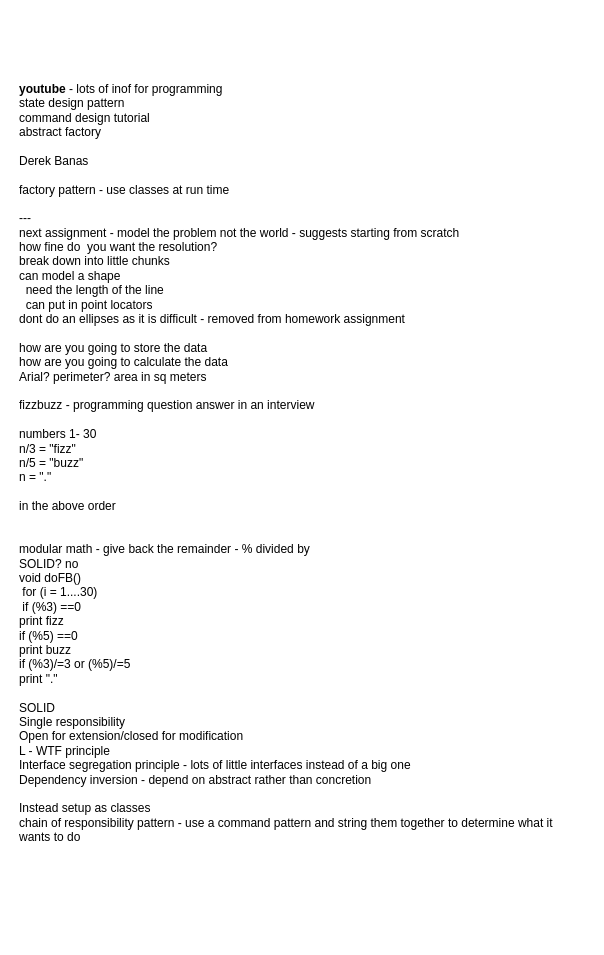
Earlier version of the draw.io diagram page "notes" (1 of 2) of 11042019 Diagram.drawio (smartijo/CISC201draw). Source tidied: cells renumbered, new cells numbered last; positions are measured from the earlier drawing's top-left corner, leaving out a move shared by most shapes. Both pictures are drawn from the tidied source at 100%, with x=0, y=0 at pixel (17, 212).
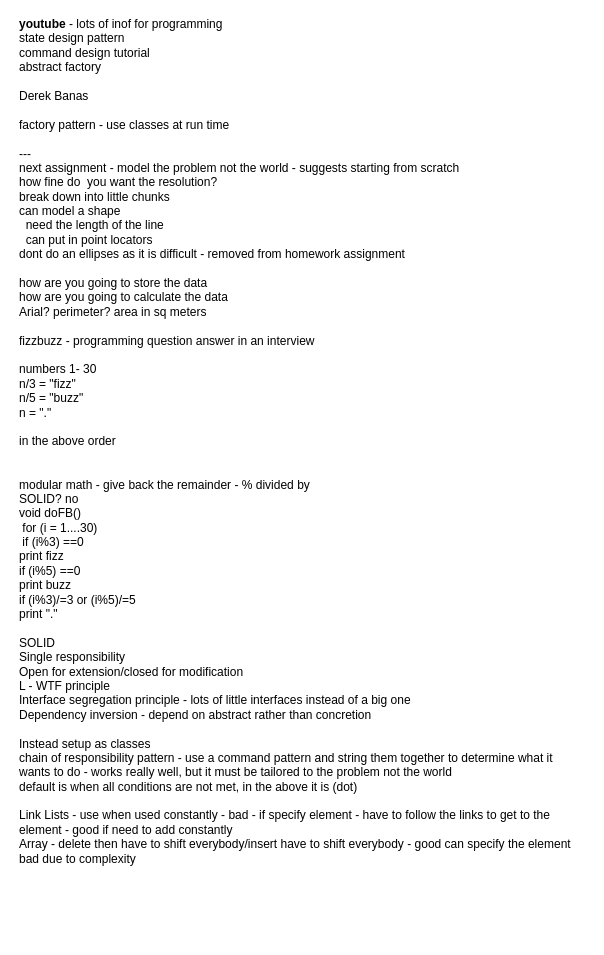
Above is the later version.

The edit, as a diff of the source:
```diff
@@
 <mxGraphModel>
   <root>
     <mxCell id="0" />
     <mxCell id="1" parent="0" />
-    <mxCell id="2" value="&lt;b&gt;youtube&lt;/b&gt; - lots of inof for programming&amp;nbsp;&lt;br&gt;state design pattern&lt;br&gt;command design tutorial&lt;br&gt;abstract factory&amp;nbsp;&lt;br&gt;&lt;br&gt;Derek Banas&lt;br&gt;&lt;br&gt;factory pattern - use classes at run time&lt;br&gt;&lt;br&gt;---&lt;br&gt;next assignment - model the problem not the world - suggests starting from scratch&lt;br&gt;how fine do&amp;nbsp; you want the resolution?&lt;br&gt;break down into little chunks&lt;br&gt;can model a shape&lt;br&gt;&amp;nbsp; need the length of the line&lt;br&gt;&amp;nbsp; can put in point locators&lt;br&gt;dont do an ellipses as it is difficult - removed from homework assignment&lt;br&gt;&lt;br&gt;how are you going to store the data&lt;br&gt;how are you going to calculate the data&lt;br&gt;Arial? perimeter? area in sq meters&lt;br&gt;&lt;br&gt;fizzbuzz - programming question answer in an interview&lt;br&gt;&lt;br&gt;numbers 1- 30&lt;br&gt;n/3 = &quot;fizz&quot;&amp;nbsp;&lt;br&gt;n/5 = &quot;buzz&quot;&lt;br&gt;n = &quot;.&quot;&lt;br&gt;&lt;br&gt;in the above order&lt;br&gt;&lt;br&gt;&lt;br&gt;modular math - give back the remainder - % divided by&lt;br&gt;SOLID? no&lt;br&gt;void doFB()&lt;br&gt;&amp;nbsp;for (i = 1....30)&lt;br&gt;&amp;nbsp;if (%3) ==0&lt;br&gt;print fizz&lt;br&gt;if (%5) ==0&lt;br&gt;print buzz&lt;br&gt;if (%3)/=3 or (%5)/=5&lt;br&gt;print &quot;.&quot;&lt;br&gt;&lt;br&gt;SOLID&lt;br&gt;Single responsibility&lt;br&gt;Open for extension/closed for modification&lt;br&gt;L - WTF principle&lt;br&gt;Interface segregation principle - lots of little interfaces instead of a big one&lt;br&gt;Dependency inversion - depend on abstract rather than concretion&amp;nbsp;&lt;br&gt;&lt;br&gt;Instead setup as classes&lt;br&gt;chain of responsibility pattern - use a command pattern and string them together to determine what it wants to do&lt;br&gt;&lt;br&gt;&lt;br&gt;" style="text;html=1;strokeColor=none;fillColor=none;align=left;verticalAlign=middle;whiteSpace=wrap;rounded=0;" parent="1" vertex="1">
+    <mxCell id="2" value="&lt;b&gt;youtube&lt;/b&gt; - lots of inof for programming&amp;nbsp;&lt;br&gt;state design pattern&lt;br&gt;command design tutorial&lt;br&gt;abstract factory&amp;nbsp;&lt;br&gt;&lt;br&gt;Derek Banas&lt;br&gt;&lt;br&gt;factory pattern - use classes at run time&lt;br&gt;&lt;br&gt;---&lt;br&gt;next assignment - model the problem not the world - suggests starting from scratch&lt;br&gt;how fine do&amp;nbsp; you want the resolution?&lt;br&gt;break down into little chunks&lt;br&gt;can model a shape&lt;br&gt;&amp;nbsp; need the length of the line&lt;br&gt;&amp;nbsp; can put in point locators&lt;br&gt;dont do an ellipses as it is difficult - removed from homework assignment&lt;br&gt;&lt;br&gt;how are you going to store the data&lt;br&gt;how are you going to calculate the data&lt;br&gt;Arial? perimeter? area in sq meters&lt;br&gt;&lt;br&gt;fizzbuzz - programming question answer in an interview&lt;br&gt;&lt;br&gt;numbers 1- 30&lt;br&gt;n/3 = &quot;fizz&quot;&amp;nbsp;&lt;br&gt;n/5 = &quot;buzz&quot;&lt;br&gt;n = &quot;.&quot;&lt;br&gt;&lt;br&gt;in the above order&lt;br&gt;&lt;br&gt;&lt;br&gt;modular math - give back the remainder - % divided by&lt;br&gt;SOLID? no&lt;br&gt;void doFB()&lt;br&gt;&amp;nbsp;for (i = 1....30)&lt;br&gt;&amp;nbsp;if (i%3) ==0&lt;br&gt;print fizz&lt;br&gt;if (i%5) ==0&lt;br&gt;print buzz&lt;br&gt;if (i%3)/=3 or (i%5)/=5&lt;br&gt;print &quot;.&quot;&lt;br&gt;&lt;br&gt;SOLID&lt;br&gt;Single responsibility&lt;br&gt;Open for extension/closed for modification&lt;br&gt;L - WTF principle&lt;br&gt;Interface segregation principle - lots of little interfaces instead of a big one&lt;br&gt;Dependency inversion - depend on abstract rather than concretion&amp;nbsp;&lt;br&gt;&lt;br&gt;Instead setup as classes&lt;br&gt;chain of responsibility pattern - use a command pattern and string them together to determine what it wants to do - works really well, but it must be tailored to the problem not the world&lt;br&gt;default is when all conditions are not met, in the above it is (dot)&lt;br&gt;&lt;br&gt;Link Lists - use when used constantly - bad - if specify element - have to follow the links to get to the element - good if need to add constantly&lt;br&gt;Array - delete then have to shift everybody/insert have to shift everybody - good can specify the element bad due to complexity&lt;br&gt;&lt;br&gt;&lt;br&gt;&lt;br&gt;&lt;br&gt;&lt;br&gt;" style="text;html=1;strokeColor=none;fillColor=none;align=left;verticalAlign=middle;whiteSpace=wrap;rounded=0;" parent="1" vertex="1">
       <mxGeometry width="570" height="530" as="geometry" />
     </mxCell>
   </root>
 </mxGraphModel>
```
